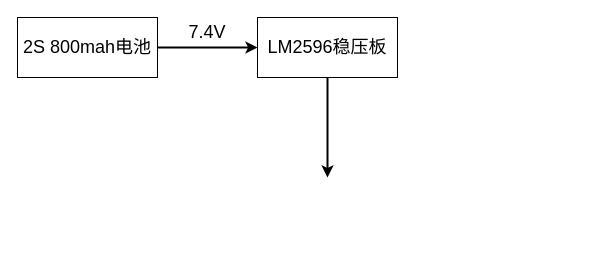
Earlier version of the draw.io diagram 硬件架构图.drawio (KAZAMA-DREAM/picture). Source tidied: cells renumbered, new cells numbered last; positions are measured from the earlier drawing's top-left corner, leaving out a move shared by most shapes. Both pictures are drawn from the tidied source at 100%, with x=0, y=0 at pixel (17, 17).
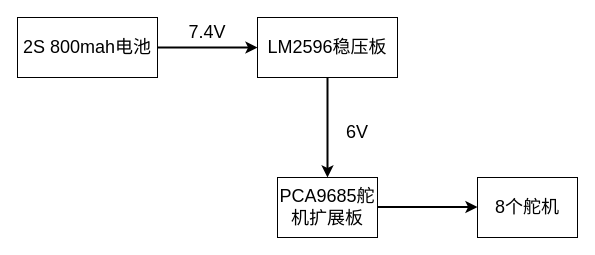
The same diagram, later.

Commit message (it also covers changes not shown here):
更新硬件架构图.drawio

Diff of the diagram source:
```diff
@@
 <mxGraphModel>
   <root>
     <mxCell id="0" />
     <mxCell id="1" parent="0" />
     <mxCell id="2" value="&lt;font style=&quot;font-size: 18px;&quot;&gt;2S 800mah电池&lt;/font&gt;" style="rounded=0;whiteSpace=wrap;html=1;" parent="1" vertex="1">
       <mxGeometry width="140" height="60" as="geometry" />
     </mxCell>
     <mxCell id="3" style="endArrow=classic;html=1;rounded=0;fontSize=18;exitX=1;exitY=0.5;exitDx=0;exitDy=0;strokeWidth=2;" parent="1" edge="1" source="2">
       <mxGeometry relative="1" as="geometry">
         <mxPoint x="240" y="30" as="targetPoint" />
       </mxGeometry>
     </mxCell>
     <mxCell id="4" value="7.4V" style="text;html=1;strokeColor=none;fillColor=none;align=center;verticalAlign=middle;whiteSpace=wrap;rounded=0;fontSize=18;" parent="1" vertex="1">
       <mxGeometry x="160" width="60" height="30" as="geometry" />
     </mxCell>
     <mxCell id="5" value="&lt;font style=&quot;font-size: 18px;&quot;&gt;LM2596稳压板&lt;/font&gt;" style="rounded=0;whiteSpace=wrap;html=1;" parent="1" vertex="1">
       <mxGeometry x="240" width="140" height="60" as="geometry" />
     </mxCell>
     <mxCell id="6" style="endArrow=classic;html=1;rounded=0;fontSize=18;exitX=0.5;exitY=1;exitDx=0;exitDy=0;strokeWidth=2;" parent="1" edge="1" source="5">
       <mxGeometry relative="1" as="geometry">
         <mxPoint x="310" y="160" as="targetPoint" />
       </mxGeometry>
     </mxCell>
+    <mxCell id="7" value="6V" style="text;html=1;strokeColor=none;fillColor=none;align=center;verticalAlign=middle;whiteSpace=wrap;rounded=0;fontSize=18;" parent="1" vertex="1">
+      <mxGeometry x="310" y="100" width="60" height="30" as="geometry" />
+    </mxCell>
+    <mxCell id="8" value="&lt;span style=&quot;font-size: 18px;&quot;&gt;PCA9685舵机扩展板&lt;/span&gt;" style="rounded=0;whiteSpace=wrap;html=1;" parent="1" vertex="1">
+      <mxGeometry x="260" y="160" width="100" height="60" as="geometry" />
+    </mxCell>
+    <mxCell id="9" style="endArrow=classic;html=1;rounded=0;fontSize=18;exitX=1;exitY=0.5;exitDx=0;exitDy=0;strokeWidth=2;" parent="1" edge="1">
+      <mxGeometry relative="1" as="geometry">
+        <mxPoint x="360" y="189.5" as="sourcePoint" />
+        <mxPoint x="460" y="189.5" as="targetPoint" />
+      </mxGeometry>
+    </mxCell>
+    <mxCell id="10" value="&lt;font style=&quot;font-size: 18px;&quot;&gt;8个舵机&lt;/font&gt;" style="rounded=0;whiteSpace=wrap;html=1;" parent="1" vertex="1">
+      <mxGeometry x="460" y="160" width="100" height="60" as="geometry" />
+    </mxCell>
   </root>
 </mxGraphModel>
```
